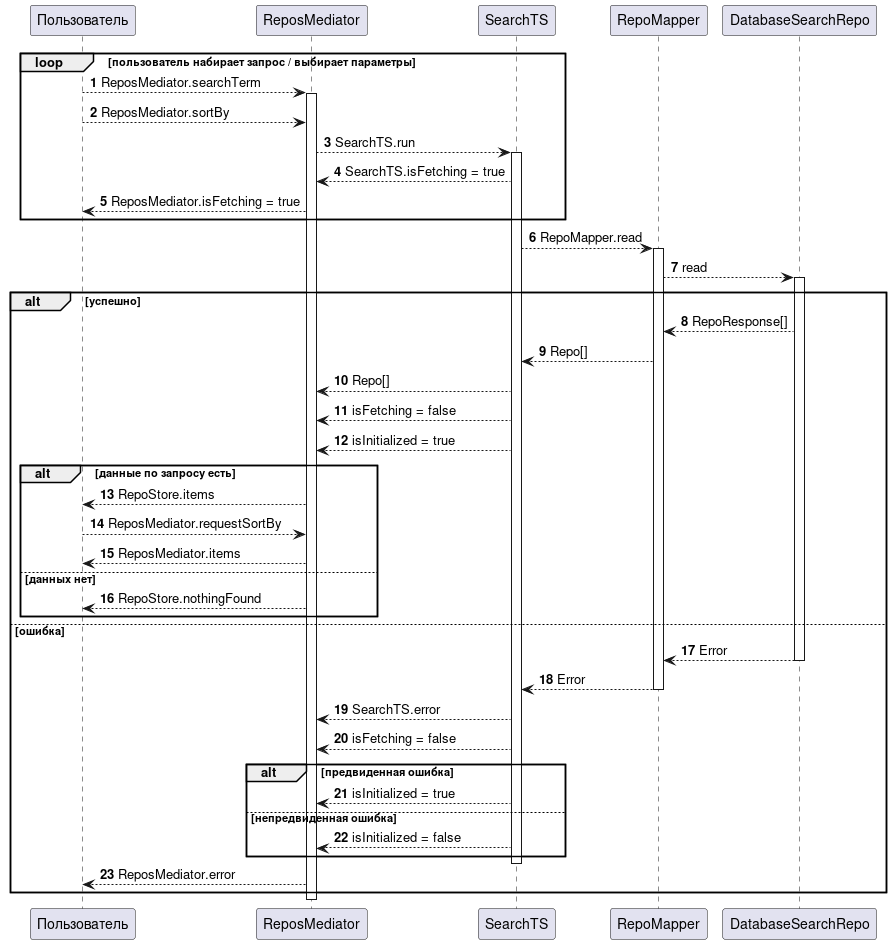
RepoAnalyzer/repolier-frontend keeps this PlantUML diagram as docs/Sequence_diagram.png. Above is the earlier version.
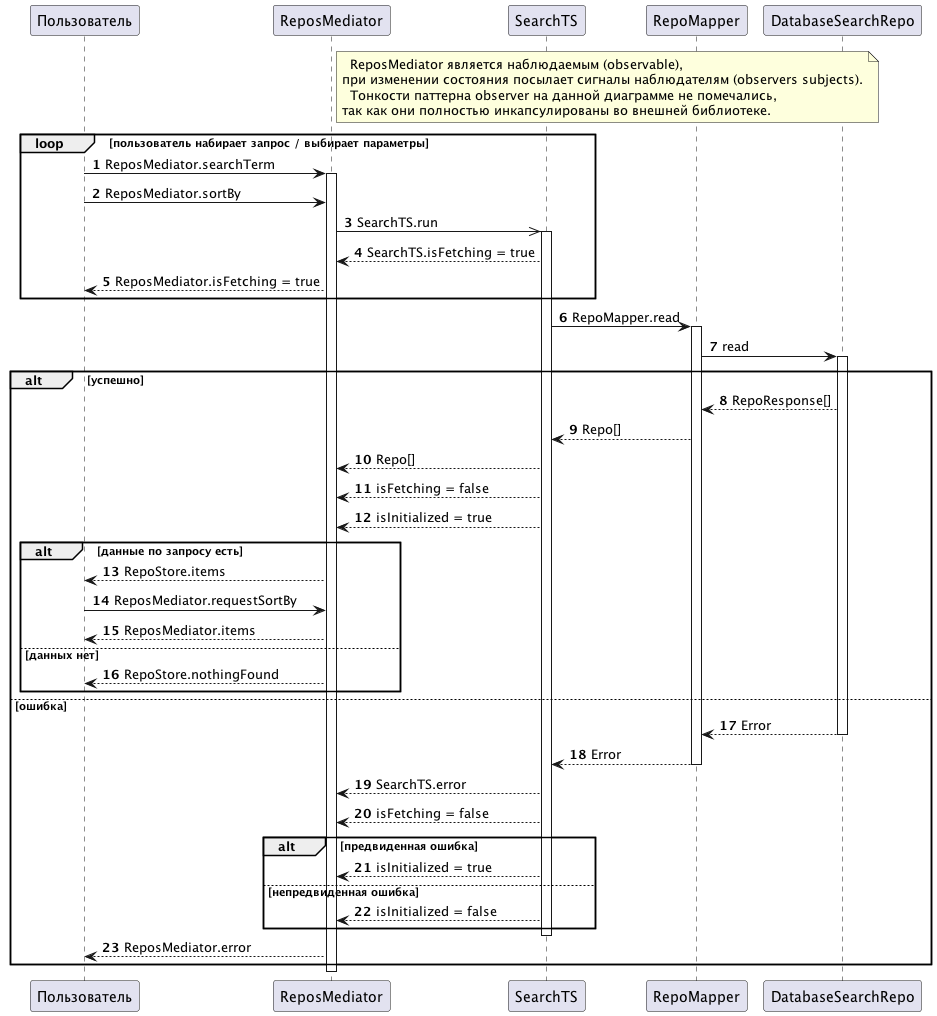
The same diagram one commit later.

Commit message:
docs(Sequence_diagram): changed arrow to illustrate observer pattern

Change to the diagram source:
```diff
@@ -1,20 +1,28 @@
 @startuml
 autonumber
 participant Пользователь as U
+participant ReposMediator
+note right of ReposMediator
+      ReposMediator является наблюдаемым (observable),
+    при изменении состояния посылает сигналы наблюдателям (observers subjects).
+      Тонкости паттерна observer на данной диаграмме не помечались,
+    так как они полностью инкапсулированы во внешней библиотеке.
+end note
+
 
 loop пользователь набирает запрос / выбирает параметры
-    U --> ReposMediator: ReposMediator.searchTerm
+    U -> ReposMediator: ReposMediator.searchTerm
     activate ReposMediator
-    U --> ReposMediator: ReposMediator.sortBy
-    ReposMediator --> SearchTS: SearchTS.run
+    U -> ReposMediator: ReposMediator.sortBy
+    ReposMediator ->> SearchTS: SearchTS.run
     activate SearchTS
     ReposMediator <-- SearchTS: SearchTS.isFetching = true
     U <-- ReposMediator: ReposMediator.isFetching = true
 end
 
-SearchTS --> RepoMapper: RepoMapper.read
+SearchTS -> RepoMapper: RepoMapper.read
 activate RepoMapper
-RepoMapper --> DatabaseSearchRepo: read
+RepoMapper -> DatabaseSearchRepo: read
 activate DatabaseSearchRepo
 
 alt успешно
@@ -26,7 +34,7 @@
     alt данные по запросу есть
         U <-- ReposMediator: RepoStore.items
 
-        U --> ReposMediator : ReposMediator.requestSortBy
+        U -> ReposMediator : ReposMediator.requestSortBy
         U <-- ReposMediator : ReposMediator.items
     else данных нет
         U <-- ReposMediator: RepoStore.nothingFound
```
